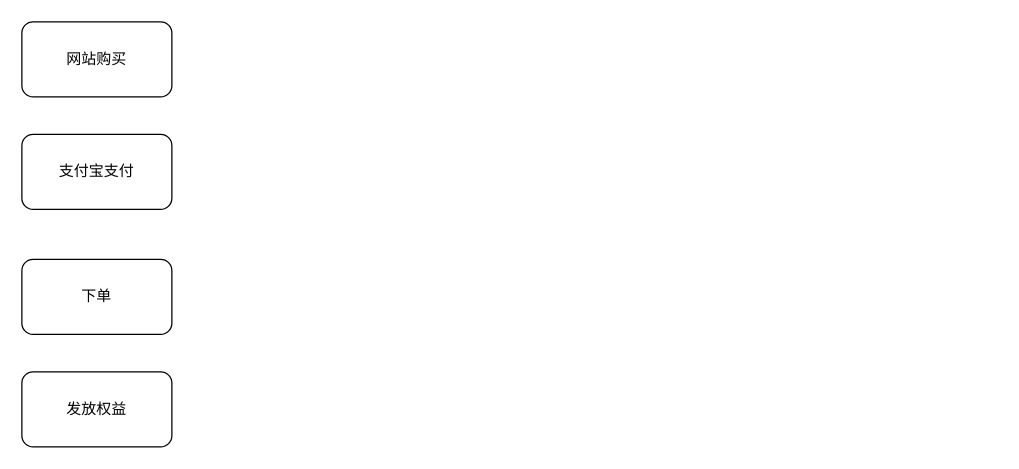
Before: 历史交易流程.drawio in QuanCong/draw, a draw.io diagram. Source tidied: cells renumbered, new cells numbered last; positions are measured from the earlier drawing's top-left corner, leaving out a move shared by most shapes. Both pictures are drawn from the tidied source at 125%, with x=0, y=0 at pixel (21, 21).
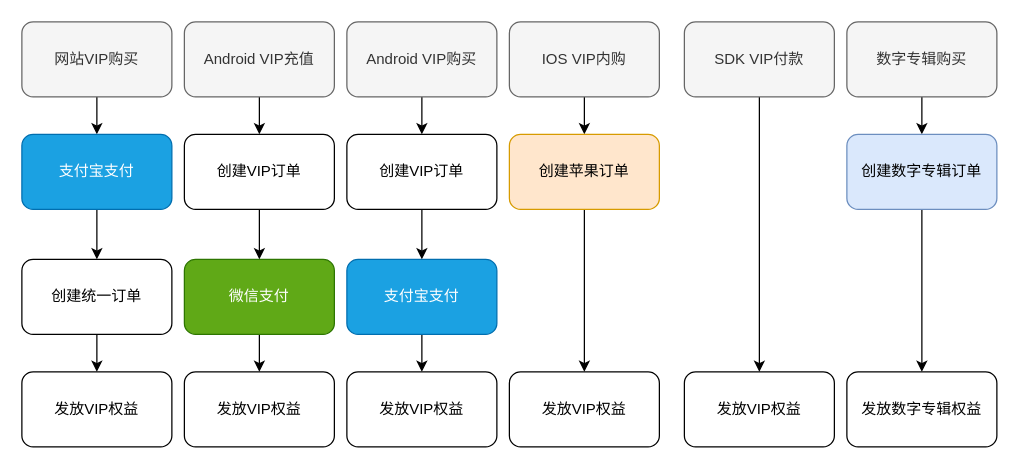
The same diagram, later.

Commit message (it also covers changes not shown here):
Update 历史交易流程.drawio

Change to the diagram source:
```diff
@@
+    <mxCell id="6" style="edgeStyle=orthogonalEdgeStyle;rounded=0;jettySize=auto;html=1;exitX=0.5;exitY=1;exitDx=0;exitDy=0;" parent="1" edge="1" source="2" target="3">
+      <mxGeometry relative="1" as="geometry" />
+    </mxCell>
-    <mxCell id="2" value="网站购买" style="rounded=1;whiteSpace=wrap;html=1;" parent="1" vertex="1">
+    <mxCell id="2" value="网站VIP购买" style="rounded=1;whiteSpace=wrap;html=1;fillColor=#f5f5f5;strokeColor=#666666;fontColor=#333333;" parent="1" vertex="1">
       <mxGeometry width="120" height="60" as="geometry" />
     </mxCell>
+    <mxCell id="7" style="edgeStyle=orthogonalEdgeStyle;rounded=0;jettySize=auto;html=1;exitX=0.5;exitY=1;exitDx=0;exitDy=0;" parent="1" edge="1" source="3" target="4">
+      <mxGeometry relative="1" as="geometry" />
+    </mxCell>
-    <mxCell id="3" value="支付宝支付" style="rounded=1;whiteSpace=wrap;html=1;" parent="1" vertex="1">
+    <mxCell id="3" value="支付宝支付" style="rounded=1;whiteSpace=wrap;html=1;fillColor=#1ba1e2;strokeColor=#006EAF;fontColor=#ffffff;" parent="1" vertex="1">
       <mxGeometry y="90" width="120" height="60" as="geometry" />
     </mxCell>
+    <mxCell id="8" style="edgeStyle=orthogonalEdgeStyle;rounded=0;jettySize=auto;html=1;exitX=0.5;exitY=1;exitDx=0;exitDy=0;" parent="1" edge="1" source="4" target="5">
+      <mxGeometry relative="1" as="geometry" />
+    </mxCell>
-    <mxCell id="4" value="下单" style="rounded=1;whiteSpace=wrap;html=1;" parent="1" vertex="1">
+    <mxCell id="4" value="创建统一订单" style="rounded=1;whiteSpace=wrap;html=1;" parent="1" vertex="1">
       <mxGeometry y="190" width="120" height="60" as="geometry" />
     </mxCell>
-    <mxCell id="5" value="发放权益" style="rounded=1;whiteSpace=wrap;html=1;" parent="1" vertex="1">
+    <mxCell id="5" value="发放VIP权益" style="rounded=1;whiteSpace=wrap;html=1;" parent="1" vertex="1">
       <mxGeometry y="280" width="120" height="60" as="geometry" />
     </mxCell>
+    <mxCell id="9" style="edgeStyle=orthogonalEdgeStyle;rounded=0;jettySize=auto;html=1;exitX=0.5;exitY=1;exitDx=0;exitDy=0;" parent="1" edge="1" source="10" target="14">
+      <mxGeometry relative="1" as="geometry" />
+    </mxCell>
+    <mxCell id="10" value="Android VIP充值" style="rounded=1;whiteSpace=wrap;html=1;fillColor=#f5f5f5;strokeColor=#666666;fontColor=#333333;" parent="1" vertex="1">
+      <mxGeometry x="130" width="120" height="60" as="geometry" />
+    </mxCell>
+    <mxCell id="11" style="edgeStyle=orthogonalEdgeStyle;rounded=0;jettySize=auto;html=1;exitX=0.5;exitY=1;exitDx=0;exitDy=0;" parent="1" edge="1" source="12" target="15">
+      <mxGeometry relative="1" as="geometry" />
+    </mxCell>
+    <mxCell id="12" value="微信支付" style="rounded=1;whiteSpace=wrap;html=1;fillColor=#60a917;strokeColor=#2D7600;fontColor=#ffffff;" parent="1" vertex="1">
+      <mxGeometry x="130" y="190" width="120" height="60" as="geometry" />
+    </mxCell>
+    <mxCell id="13" style="edgeStyle=orthogonalEdgeStyle;rounded=0;jettySize=auto;html=1;exitX=0.5;exitY=1;exitDx=0;exitDy=0;" parent="1" edge="1" source="14" target="12">
+      <mxGeometry relative="1" as="geometry" />
+    </mxCell>
+    <mxCell id="14" value="创建VIP订单" style="rounded=1;whiteSpace=wrap;html=1;" parent="1" vertex="1">
+      <mxGeometry x="130" y="90" width="120" height="60" as="geometry" />
+    </mxCell>
+    <mxCell id="15" value="发放VIP权益" style="rounded=1;whiteSpace=wrap;html=1;" parent="1" vertex="1">
+      <mxGeometry x="130" y="280" width="120" height="60" as="geometry" />
+    </mxCell>
+    <mxCell id="16" style="edgeStyle=orthogonalEdgeStyle;rounded=0;jettySize=auto;html=1;exitX=0.5;exitY=1;exitDx=0;exitDy=0;" parent="1" edge="1" source="17" target="21">
+      <mxGeometry relative="1" as="geometry" />
+    </mxCell>
+    <mxCell id="17" value="Android VIP购买" style="rounded=1;whiteSpace=wrap;html=1;fillColor=#f5f5f5;strokeColor=#666666;fontColor=#333333;" parent="1" vertex="1">
+      <mxGeometry x="260" width="120" height="60" as="geometry" />
+    </mxCell>
+    <mxCell id="18" style="edgeStyle=orthogonalEdgeStyle;rounded=0;jettySize=auto;html=1;exitX=0.5;exitY=1;exitDx=0;exitDy=0;" parent="1" edge="1" source="19" target="22">
+      <mxGeometry relative="1" as="geometry" />
+    </mxCell>
+    <mxCell id="19" value="支付宝支付" style="rounded=1;whiteSpace=wrap;html=1;fillColor=#1ba1e2;strokeColor=#006EAF;fontColor=#ffffff;" parent="1" vertex="1">
+      <mxGeometry x="260" y="190" width="120" height="60" as="geometry" />
+    </mxCell>
+    <mxCell id="20" style="edgeStyle=orthogonalEdgeStyle;rounded=0;jettySize=auto;html=1;exitX=0.5;exitY=1;exitDx=0;exitDy=0;" parent="1" edge="1" source="21" target="19">
+      <mxGeometry relative="1" as="geometry" />
+    </mxCell>
+    <mxCell id="21" value="创建VIP订单" style="rounded=1;whiteSpace=wrap;html=1;" parent="1" vertex="1">
+      <mxGeometry x="260" y="90" width="120" height="60" as="geometry" />
+    </mxCell>
+    <mxCell id="22" value="发放VIP权益" style="rounded=1;whiteSpace=wrap;html=1;" parent="1" vertex="1">
+      <mxGeometry x="260" y="280" width="120" height="60" as="geometry" />
+    </mxCell>
+    <mxCell id="23" style="edgeStyle=orthogonalEdgeStyle;rounded=0;jettySize=auto;html=1;exitX=0.5;exitY=1;exitDx=0;exitDy=0;" parent="1" edge="1" source="24" target="26">
+      <mxGeometry relative="1" as="geometry" />
+    </mxCell>
+    <mxCell id="24" value="IOS VIP内购" style="rounded=1;whiteSpace=wrap;html=1;fillColor=#f5f5f5;strokeColor=#666666;fontColor=#333333;" parent="1" vertex="1">
+      <mxGeometry x="390" width="120" height="60" as="geometry" />
+    </mxCell>
+    <mxCell id="25" style="edgeStyle=orthogonalEdgeStyle;rounded=0;jettySize=auto;html=1;exitX=0.5;exitY=1;exitDx=0;exitDy=0;" parent="1" edge="1" source="26" target="27">
+      <mxGeometry relative="1" as="geometry" />
+    </mxCell>
+    <mxCell id="26" value="创建苹果订单" style="rounded=1;whiteSpace=wrap;html=1;fillColor=#ffe6cc;strokeColor=#d79b00;" parent="1" vertex="1">
+      <mxGeometry x="390" y="90" width="120" height="60" as="geometry" />
+    </mxCell>
+    <mxCell id="27" value="发放VIP权益" style="rounded=1;whiteSpace=wrap;html=1;" parent="1" vertex="1">
+      <mxGeometry x="390" y="280" width="120" height="60" as="geometry" />
+    </mxCell>
+    <mxCell id="28" style="edgeStyle=orthogonalEdgeStyle;rounded=0;jettySize=auto;html=1;exitX=0.5;exitY=1;exitDx=0;exitDy=0;entryX=0.5;entryY=0;entryDx=0;entryDy=0;" parent="1" edge="1" source="29" target="30">
+      <mxGeometry relative="1" as="geometry" />
+    </mxCell>
+    <mxCell id="29" value="SDK VIP付款" style="rounded=1;whiteSpace=wrap;html=1;fillColor=#f5f5f5;strokeColor=#666666;fontColor=#333333;" parent="1" vertex="1">
+      <mxGeometry x="530" width="120" height="60" as="geometry" />
+    </mxCell>
+    <mxCell id="30" value="发放VIP权益" style="rounded=1;whiteSpace=wrap;html=1;" parent="1" vertex="1">
+      <mxGeometry x="530" y="280" width="120" height="60" as="geometry" />
+    </mxCell>
+    <mxCell id="31" style="edgeStyle=orthogonalEdgeStyle;rounded=0;jettySize=auto;html=1;exitX=0.5;exitY=1;exitDx=0;exitDy=0;" parent="1" edge="1" source="32" target="34">
+      <mxGeometry relative="1" as="geometry" />
+    </mxCell>
+    <mxCell id="32" value="数字专辑购买" style="rounded=1;whiteSpace=wrap;html=1;fillColor=#f5f5f5;strokeColor=#666666;fontColor=#333333;" parent="1" vertex="1">
+      <mxGeometry x="660" width="120" height="60" as="geometry" />
+    </mxCell>
+    <mxCell id="33" style="edgeStyle=orthogonalEdgeStyle;rounded=0;jettySize=auto;html=1;exitX=0.5;exitY=1;exitDx=0;exitDy=0;" parent="1" edge="1" source="34" target="35">
+      <mxGeometry relative="1" as="geometry" />
+    </mxCell>
+    <mxCell id="34" value="创建数字专辑订单" style="rounded=1;whiteSpace=wrap;html=1;fillColor=#dae8fc;strokeColor=#6c8ebf;" parent="1" vertex="1">
+      <mxGeometry x="660" y="90" width="120" height="60" as="geometry" />
+    </mxCell>
+    <mxCell id="35" value="发放数字专辑权益" style="rounded=1;whiteSpace=wrap;html=1;" parent="1" vertex="1">
+      <mxGeometry x="660" y="280" width="120" height="60" as="geometry" />
+    </mxCell>
```
